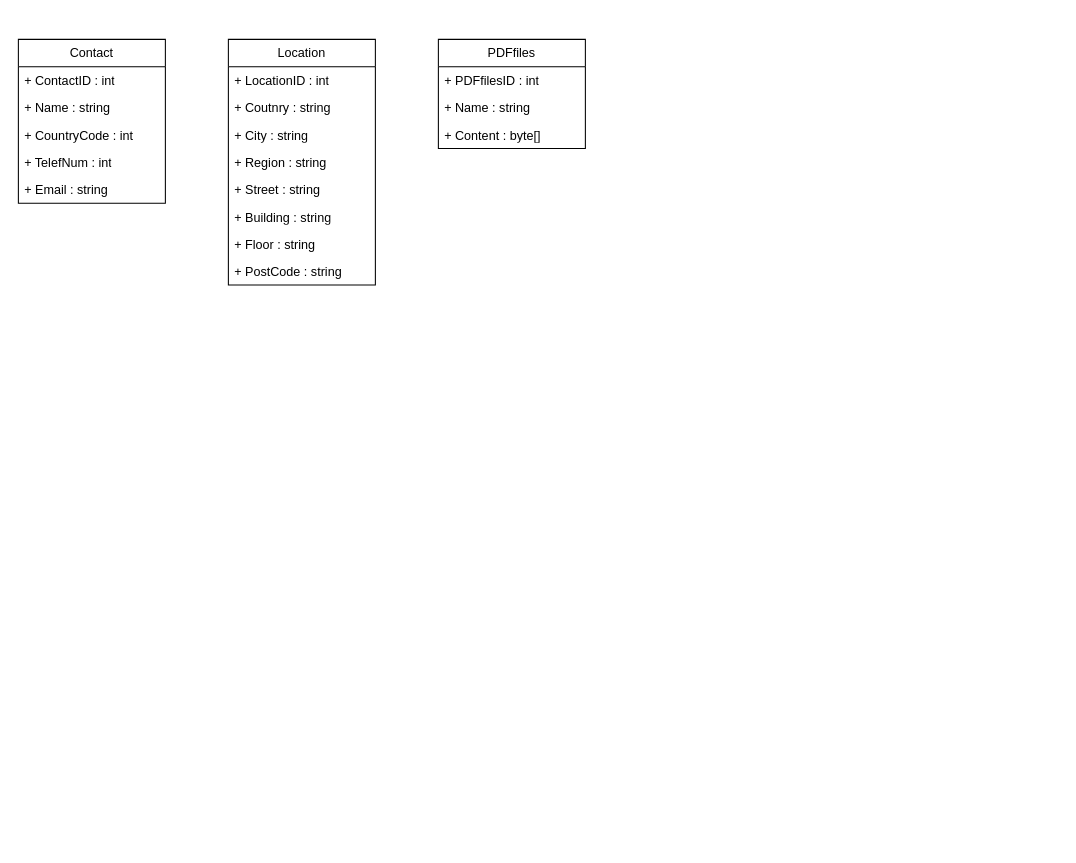
This is Avalonia.CoberfuziDataBase.drawio from Nickhsu11/CobefuziManagment2.0, a draw.io file, before an edit. Source tidied: cells renumbered, new cells numbered last; positions are measured from the earlier drawing's top-left corner, leaving out a move shared by most shapes. Both pictures are drawn from the tidied source at 105%, with x=0, y=0 at pixel (18, 39).
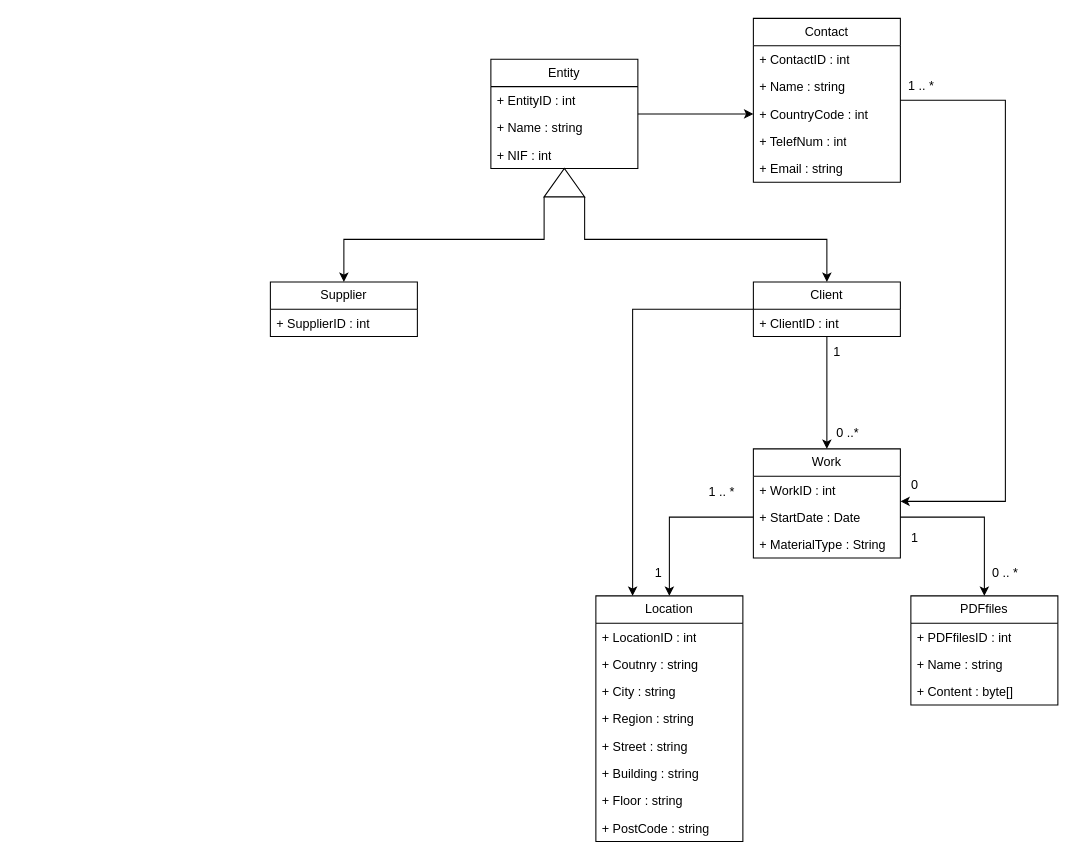
Above is the later version.

Unchanged cells that the change refers to:
```xml
<mxCell id="5" value="+ CountryCode : int" style="text;strokeColor=none;fillColor=none;align=left;verticalAlign=top;spacingLeft=4;spacingRight=4;overflow=hidden;points=[[0,0.5],[1,0.5]];portConstraint=eastwest;whiteSpace=wrap;html=1;" parent="2" vertex="1">
  <mxGeometry y="78" width="140" height="26" as="geometry" />
</mxCell>
```

Diff of the diagram source:
```diff
@@
+    <mxCell id="21" style="edgeStyle=orthogonalEdgeStyle;rounded=0;jettySize=auto;html=1;" parent="1" edge="1" source="2">
+      <mxGeometry relative="1" as="geometry">
+        <mxPoint x="840" y="440" as="targetPoint" />
+        <Array as="points">
+          <mxPoint x="940" y="58" />
+          <mxPoint x="940" y="440" />
+          <mxPoint x="840" y="440" />
+        </Array>
+      </mxGeometry>
+    </mxCell>
     <mxCell id="2" value="Contact" style="swimlane;fontStyle=0;horizontal=1;startSize=26;fillColor=none;whiteSpace=wrap;html=1;" parent="1" vertex="1">
-      <mxGeometry width="140" height="156" as="geometry" />
+      <mxGeometry x="700" y="-20" width="140" height="156" as="geometry" />
     </mxCell>
@@
     <mxCell id="8" value="Location" style="swimlane;fontStyle=0;horizontal=1;startSize=26;fillColor=none;whiteSpace=wrap;html=1;" parent="1" vertex="1">
-      <mxGeometry x="200" width="140" height="234" as="geometry" />
+      <mxGeometry x="550" y="530" width="140" height="234" as="geometry" />
     </mxCell>
@@
     <mxCell id="17" value="PDFfiles" style="swimlane;fontStyle=0;horizontal=1;startSize=26;fillColor=none;whiteSpace=wrap;html=1;" parent="1" vertex="1">
-      <mxGeometry x="400" width="140" height="104" as="geometry" />
+      <mxGeometry x="850" y="530" width="140" height="104" as="geometry" />
     </mxCell>
@@
+    <mxCell id="22" value="Work" style="swimlane;fontStyle=0;horizontal=1;startSize=26;fillColor=none;whiteSpace=wrap;html=1;" parent="1" vertex="1">
+      <mxGeometry x="700" y="390" width="140" height="104" as="geometry" />
+    </mxCell>
+    <mxCell id="23" value="&lt;div&gt;+ WorkID : int&lt;/div&gt;&lt;div&gt;&lt;br&gt;&lt;/div&gt;" style="text;strokeColor=none;fillColor=none;align=left;verticalAlign=top;spacingLeft=4;spacingRight=4;overflow=hidden;whiteSpace=wrap;html=1;" parent="22" vertex="1">
+      <mxGeometry y="26" width="140" height="26" as="geometry" />
+    </mxCell>
+    <mxCell id="24" value="+ StartDate : Date" style="text;strokeColor=none;fillColor=none;align=left;verticalAlign=top;spacingLeft=4;spacingRight=4;overflow=hidden;points=[[0,0.5],[1,0.5]];portConstraint=eastwest;whiteSpace=wrap;html=1;" parent="22" vertex="1">
+      <mxGeometry y="52" width="140" height="26" as="geometry" />
+    </mxCell>
+    <mxCell id="25" value="+ MaterialType : String" style="text;strokeColor=none;fillColor=none;align=left;verticalAlign=top;spacingLeft=4;spacingRight=4;overflow=hidden;whiteSpace=wrap;html=1;" parent="22" vertex="1">
+      <mxGeometry y="78" width="140" height="26" as="geometry" />
+    </mxCell>
+    <mxCell id="26" style="edgeStyle=orthogonalEdgeStyle;rounded=0;jettySize=auto;html=1;exitX=0;exitY=0.5;exitDx=0;exitDy=0;entryX=0.5;entryY=0;entryDx=0;entryDy=0;" parent="1" edge="1" source="24" target="8">
+      <mxGeometry relative="1" as="geometry" />
+    </mxCell>
+    <mxCell id="27" style="edgeStyle=orthogonalEdgeStyle;rounded=0;jettySize=auto;html=1;exitX=1;exitY=0.5;exitDx=0;exitDy=0;entryX=0.5;entryY=0;entryDx=0;entryDy=0;" parent="1" edge="1" source="24" target="17">
+      <mxGeometry relative="1" as="geometry" />
+    </mxCell>
+    <mxCell id="28" value="1" style="text;strokeColor=none;align=center;fillColor=none;html=1;verticalAlign=middle;whiteSpace=wrap;rounded=0;" parent="1" vertex="1">
+      <mxGeometry x="580" y="494" width="60" height="30" as="geometry" />
+    </mxCell>
+    <mxCell id="29" value="1 .. *" style="text;strokeColor=none;align=center;fillColor=none;html=1;verticalAlign=middle;whiteSpace=wrap;rounded=0;" parent="1" vertex="1">
+      <mxGeometry x="640" y="416" width="60" height="30" as="geometry" />
+    </mxCell>
+    <mxCell id="30" value="0 .. *" style="text;strokeColor=none;align=center;fillColor=none;html=1;verticalAlign=middle;whiteSpace=wrap;rounded=0;" parent="1" vertex="1">
+      <mxGeometry x="910" y="494" width="60" height="30" as="geometry" />
+    </mxCell>
+    <mxCell id="31" value="1" style="text;strokeColor=none;align=center;fillColor=none;html=1;verticalAlign=middle;whiteSpace=wrap;rounded=0;" parent="1" vertex="1">
+      <mxGeometry x="824" y="460" width="60" height="30" as="geometry" />
+    </mxCell>
+    <mxCell id="32" style="edgeStyle=orthogonalEdgeStyle;rounded=0;jettySize=auto;html=1;entryX=0.5;entryY=0;entryDx=0;entryDy=0;" parent="1" edge="1" source="34" target="22">
+      <mxGeometry relative="1" as="geometry" />
+    </mxCell>
+    <mxCell id="33" style="edgeStyle=orthogonalEdgeStyle;rounded=0;jettySize=auto;html=1;entryX=0.25;entryY=0;entryDx=0;entryDy=0;" parent="1" edge="1" source="34" target="8">
+      <mxGeometry relative="1" as="geometry" />
+    </mxCell>
+    <mxCell id="34" value="Client" style="swimlane;fontStyle=0;horizontal=1;startSize=26;fillColor=none;whiteSpace=wrap;html=1;" parent="1" vertex="1">
+      <mxGeometry x="700" y="231" width="140" height="52" as="geometry" />
+    </mxCell>
+    <mxCell id="35" value="+ ClientID : int" style="text;strokeColor=none;fillColor=none;align=left;verticalAlign=top;spacingLeft=4;spacingRight=4;overflow=hidden;whiteSpace=wrap;html=1;" parent="34" vertex="1">
+      <mxGeometry y="26" width="140" height="26" as="geometry" />
+    </mxCell>
+    <mxCell id="36" value="1" style="text;strokeColor=none;align=center;fillColor=none;html=1;verticalAlign=middle;whiteSpace=wrap;rounded=0;" parent="1" vertex="1">
+      <mxGeometry x="750" y="283" width="60" height="30" as="geometry" />
+    </mxCell>
+    <mxCell id="37" value="0 ..*" style="text;strokeColor=none;align=center;fillColor=none;html=1;verticalAlign=middle;whiteSpace=wrap;rounded=0;" parent="1" vertex="1">
+      <mxGeometry x="760" y="360" width="60" height="30" as="geometry" />
+    </mxCell>
+    <mxCell id="38" value="0" style="text;strokeColor=none;align=center;fillColor=none;html=1;verticalAlign=middle;whiteSpace=wrap;rounded=0;" parent="1" vertex="1">
+      <mxGeometry x="824" y="410" width="60" height="30" as="geometry" />
+    </mxCell>
+    <mxCell id="39" value="Supplier" style="swimlane;fontStyle=0;horizontal=1;startSize=26;fillColor=none;whiteSpace=wrap;html=1;" parent="1" vertex="1">
+      <mxGeometry x="240" y="231" width="140" height="52" as="geometry" />
+    </mxCell>
+    <mxCell id="40" value="+ SupplierID : int" style="text;strokeColor=none;fillColor=none;align=left;verticalAlign=top;spacingLeft=4;spacingRight=4;overflow=hidden;whiteSpace=wrap;html=1;" parent="39" vertex="1">
+      <mxGeometry y="26" width="140" height="26" as="geometry" />
+    </mxCell>
+    <mxCell id="41" style="edgeStyle=orthogonalEdgeStyle;rounded=0;jettySize=auto;html=1;entryX=0;entryY=0.5;entryDx=0;entryDy=0;" parent="1" edge="1" source="42" target="5">
+      <mxGeometry relative="1" as="geometry" />
+    </mxCell>
+    <mxCell id="42" value="Entity" style="swimlane;fontStyle=0;horizontal=1;startSize=26;fillColor=none;whiteSpace=wrap;html=1;" parent="1" vertex="1">
+      <mxGeometry x="450" y="19" width="140" height="104" as="geometry" />
+    </mxCell>
+    <mxCell id="43" value="+ EntityID : int" style="text;strokeColor=none;fillColor=none;align=left;verticalAlign=top;spacingLeft=4;spacingRight=4;overflow=hidden;whiteSpace=wrap;html=1;" parent="42" vertex="1">
+      <mxGeometry y="26" width="140" height="26" as="geometry" />
+    </mxCell>
+    <mxCell id="44" value="+ Name : string" style="text;strokeColor=none;fillColor=none;align=left;verticalAlign=top;spacingLeft=4;spacingRight=4;overflow=hidden;whiteSpace=wrap;html=1;" parent="42" vertex="1">
+      <mxGeometry y="52" width="140" height="26" as="geometry" />
+    </mxCell>
+    <mxCell id="45" value="+ NIF : int" style="text;strokeColor=none;fillColor=none;align=left;verticalAlign=top;spacingLeft=4;spacingRight=4;overflow=hidden;whiteSpace=wrap;html=1;" parent="42" vertex="1">
+      <mxGeometry y="78" width="140" height="26" as="geometry" />
+    </mxCell>
+    <mxCell id="46" value="1 .. *" style="text;strokeColor=none;align=center;fillColor=none;html=1;verticalAlign=middle;whiteSpace=wrap;rounded=0;" parent="1" vertex="1">
+      <mxGeometry x="830" y="30" width="60" height="30" as="geometry" />
+    </mxCell>
+    <mxCell id="47" style="edgeStyle=orthogonalEdgeStyle;rounded=0;jettySize=auto;html=1;exitX=1;exitY=1;exitDx=0;exitDy=0;exitPerimeter=0;entryX=0.5;entryY=0;entryDx=0;entryDy=0;" parent="1" edge="1" source="49" target="34">
+      <mxGeometry relative="1" as="geometry" />
+    </mxCell>
+    <mxCell id="48" style="edgeStyle=orthogonalEdgeStyle;rounded=0;jettySize=auto;html=1;exitX=0;exitY=1;exitDx=0;exitDy=0;exitPerimeter=0;entryX=0.5;entryY=0;entryDx=0;entryDy=0;" parent="1" edge="1" source="49" target="39">
+      <mxGeometry relative="1" as="geometry" />
+    </mxCell>
+    <mxCell id="49" style="verticalLabelPosition=bottom;verticalAlign=top;html=1;shape=mxgraph.basic.acute_triangle;dx=0.5;" parent="1" vertex="1">
+      <mxGeometry x="500.7" y="123" width="38.6" height="27" as="geometry" />
+    </mxCell>
```
